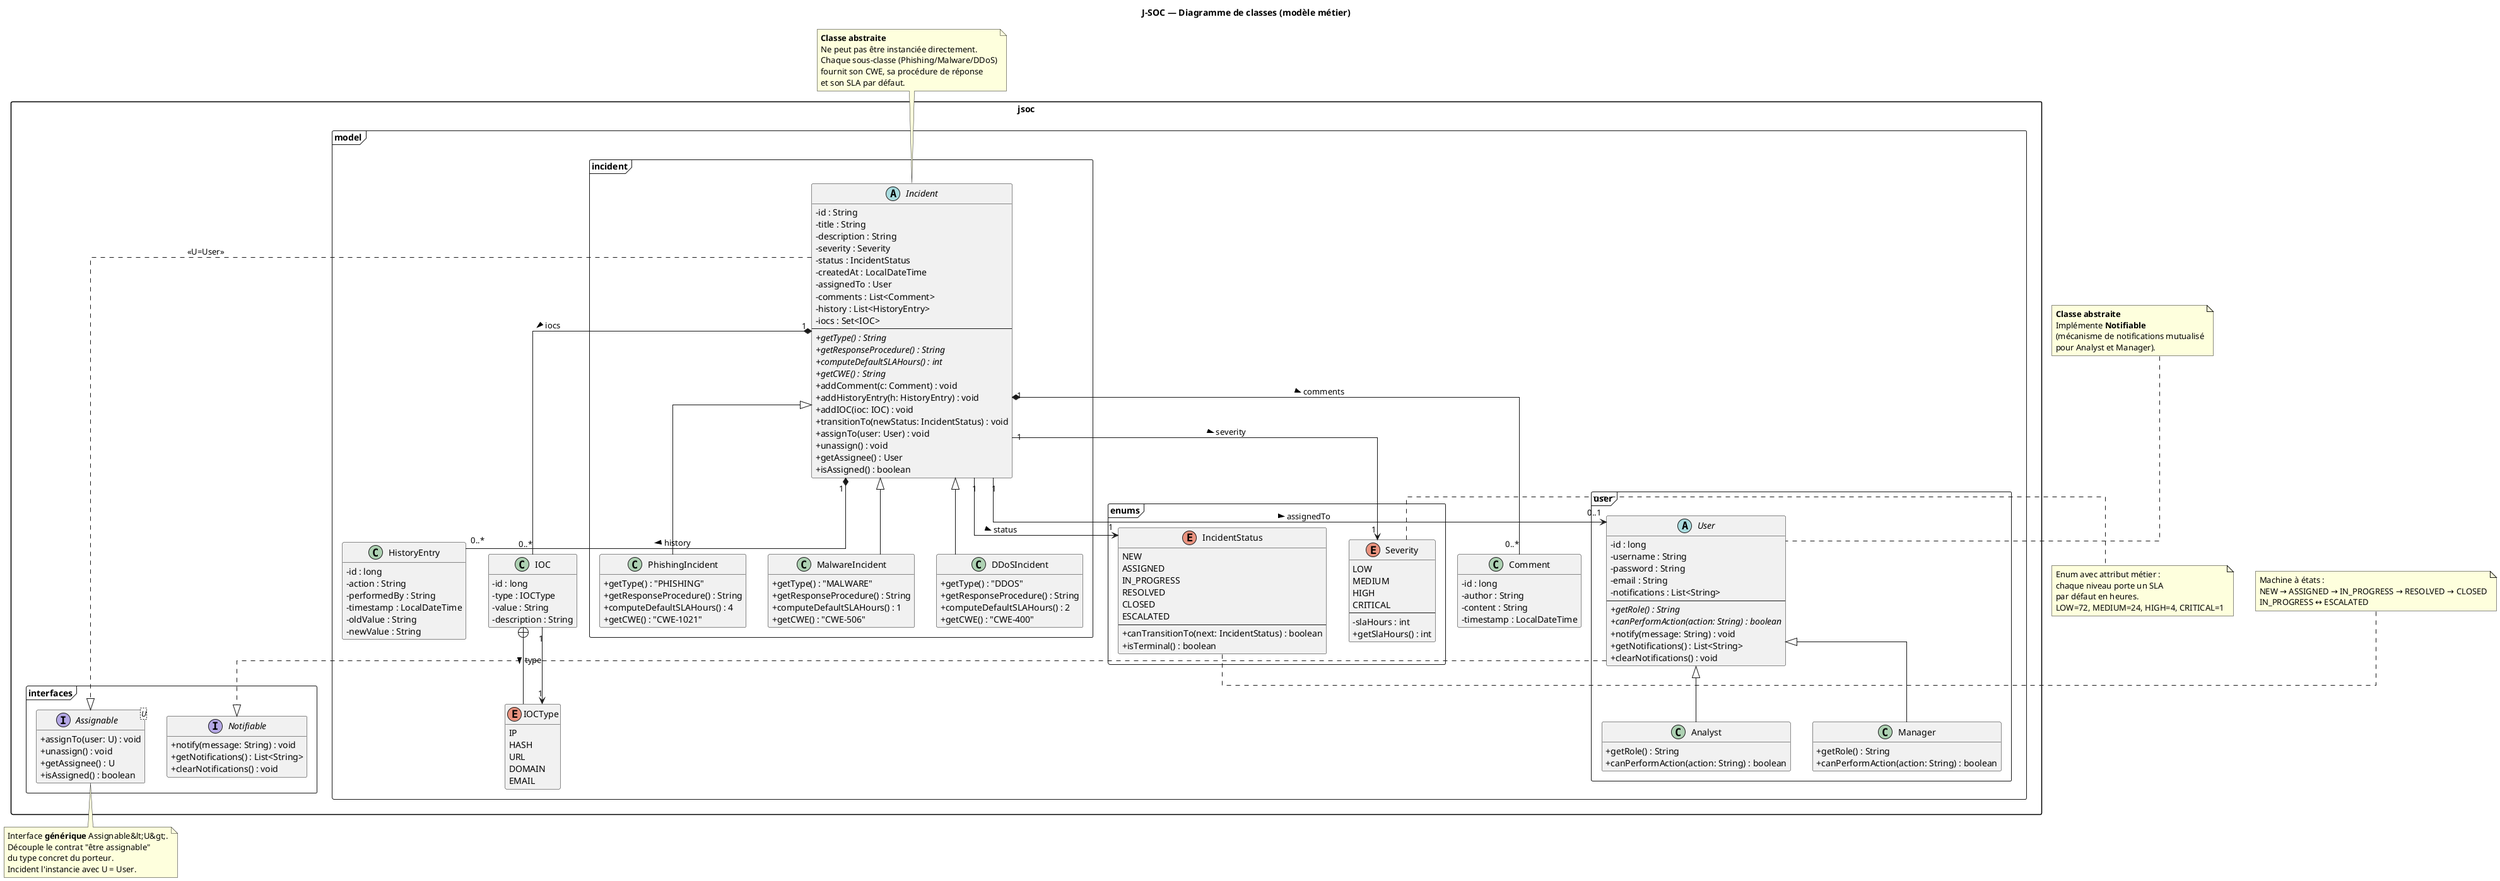
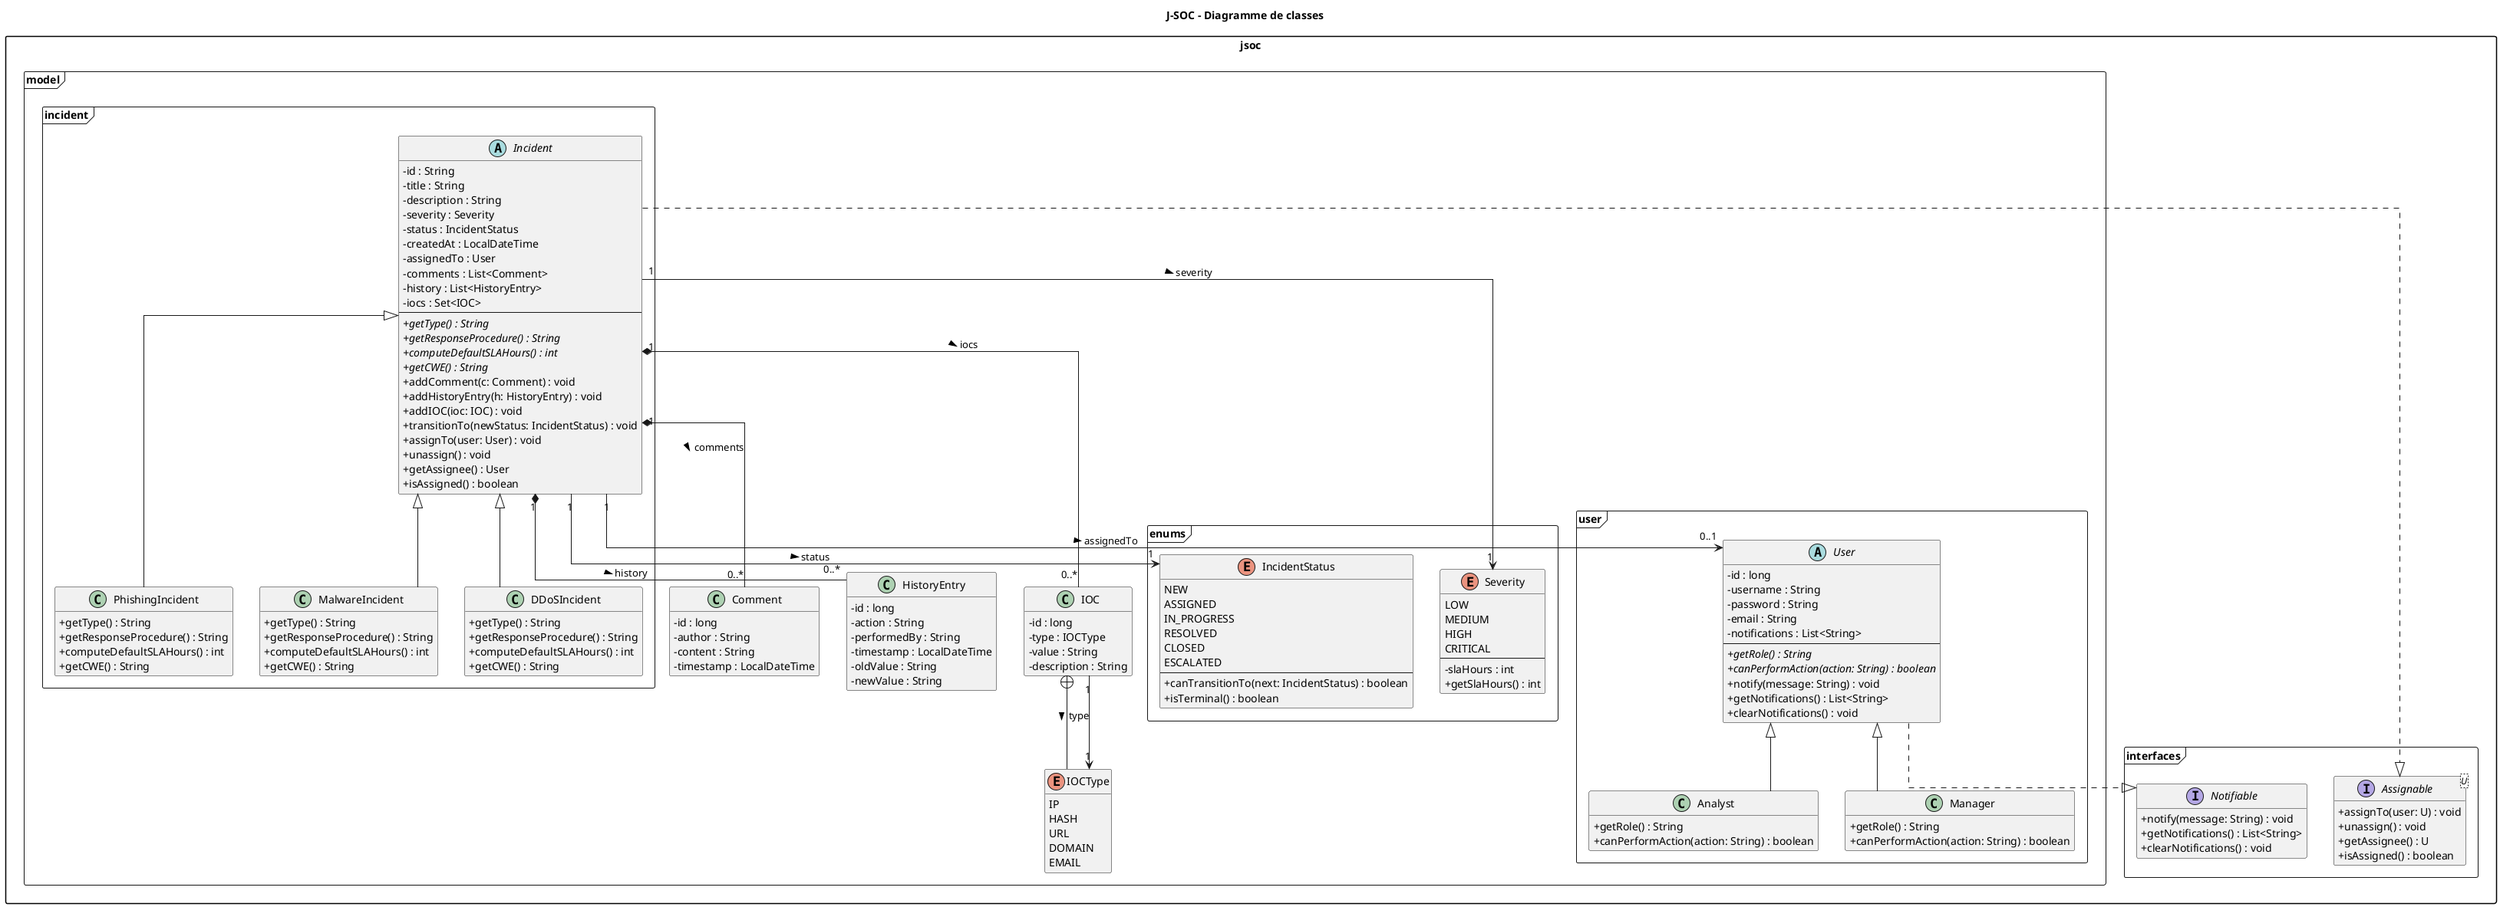
@startuml J-SOC

- ' ================================================================
- '  Diagramme de classes — projet J-SOC (Java SOC)
- '  Auteur : Membre 1 (Architecte)
- '  Périmètre : modèle métier (jsoc.model.*) + interfaces (jsoc.interfaces.*)
- '  Les packages exception/repository/service/cli sont délibérément
- '  absents — ils relèvent des autres membres (M2/M3/M4).
- ' ================================================================
- 
- ' --- Configuration visuelle ---
skinparam classAttributeIconSize 0
skinparam packageStyle rectangle
skinparam linetype ortho
hide empty members

- title J-SOC — Diagramme de classes (modèle métier)
+ title J-SOC - Diagramme de classes

- ' ================================================================
- '  Package : jsoc.interfaces
- ' ================================================================
package "jsoc.interfaces" <<Frame>> {

    interface "Assignable<U>" as Assignable {
        + assignTo(user: U) : void
        + unassign() : void
        + getAssignee() : U
        + isAssigned() : boolean
    }

    interface Notifiable {
        + notify(message: String) : void
        + getNotifications() : List<String>
        + clearNotifications() : void
    }
}

- ' ================================================================
- '  Package : jsoc.model.enums
- ' ================================================================
package "jsoc.model.enums" <<Frame>> {

    enum Severity {
        LOW
        MEDIUM
        HIGH
        CRITICAL
        --
        - slaHours : int
        + getSlaHours() : int
    }

    enum IncidentStatus {
        NEW
        ASSIGNED
        IN_PROGRESS
        RESOLVED
        CLOSED
        ESCALATED
        --
        + canTransitionTo(next: IncidentStatus) : boolean
        + isTerminal() : boolean
    }
}

- ' ================================================================
- '  Package : jsoc.model (classes auxiliaires)
- ' ================================================================
package "jsoc.model" <<Frame>> {

    class Comment {
        - id : long
        - author : String
        - content : String
        - timestamp : LocalDateTime
    }

    class HistoryEntry {
        - id : long
        - action : String
        - performedBy : String
        - timestamp : LocalDateTime
        - oldValue : String
        - newValue : String
    }

    class IOC {
        - id : long
        - type : IOCType
        - value : String
        - description : String
    }

    enum IOCType {
        IP
        HASH
        URL
        DOMAIN
        EMAIL
    }

-     ' IOCType est un enum *imbriqué* dans IOC en Java.
    IOC +-- IOCType
}

- ' ================================================================
- '  Package : jsoc.model.user
- ' ================================================================
package "jsoc.model.user" <<Frame>> {

    abstract class User {
        - id : long
        - username : String
        - password : String
        - email : String
        - notifications : List<String>
        --
        + {abstract} getRole() : String
        + {abstract} canPerformAction(action: String) : boolean
        + notify(message: String) : void
        + getNotifications() : List<String>
        + clearNotifications() : void
    }

    class Analyst {
        + getRole() : String
        + canPerformAction(action: String) : boolean
    }

    class Manager {
        + getRole() : String
        + canPerformAction(action: String) : boolean
    }

    User <|-- Analyst
    User <|-- Manager
}

- ' ================================================================
- '  Package : jsoc.model.incident
- ' ================================================================
package "jsoc.model.incident" <<Frame>> {

    abstract class Incident {
        - id : String
        - title : String
        - description : String
        - severity : Severity
        - status : IncidentStatus
        - createdAt : LocalDateTime
        - assignedTo : User
        - comments : List<Comment>
        - history : List<HistoryEntry>
        - iocs : Set<IOC>
        --
        + {abstract} getType() : String
        + {abstract} getResponseProcedure() : String
        + {abstract} computeDefaultSLAHours() : int
        + {abstract} getCWE() : String
        + addComment(c: Comment) : void
        + addHistoryEntry(h: HistoryEntry) : void
        + addIOC(ioc: IOC) : void
        + transitionTo(newStatus: IncidentStatus) : void
        + assignTo(user: User) : void
        + unassign() : void
        + getAssignee() : User
        + isAssigned() : boolean
    }

    class PhishingIncident {
-         + getType() : "PHISHING"
+         + getType() : String
        + getResponseProcedure() : String
-         + computeDefaultSLAHours() : 4
-         + getCWE() : "CWE-1021"
+         + computeDefaultSLAHours() : int
+         + getCWE() : String
    }

    class MalwareIncident {
-         + getType() : "MALWARE"
+         + getType() : String
        + getResponseProcedure() : String
-         + computeDefaultSLAHours() : 1
-         + getCWE() : "CWE-506"
+         + computeDefaultSLAHours() : int
+         + getCWE() : String
    }

    class DDoSIncident {
-         + getType() : "DDOS"
+         + getType() : String
        + getResponseProcedure() : String
-         + computeDefaultSLAHours() : 2
-         + getCWE() : "CWE-400"
+         + computeDefaultSLAHours() : int
+         + getCWE() : String
    }

    Incident <|-- PhishingIncident
    Incident <|-- MalwareIncident
    Incident <|-- DDoSIncident
}

- ' ================================================================
- '  Implémentations d'interfaces
- ' ================================================================
+ User      ..|> Notifiable
+ Incident  ..|> Assignable

- User      ..|> Notifiable
- Incident  ..|> Assignable : <<U=User>>
- 
- ' ================================================================
- '  Associations / compositions
- ' ================================================================
- 
- ' --- Incident possède ses commentaires, son historique, ses IOCs (composition)
Incident "1" *-- "0..*" Comment        : > comments
Incident "1" *-- "0..*" HistoryEntry   : > history
Incident "1" *-- "0..*" IOC            : > iocs

- ' --- Incident référence (sans posséder) sa sévérité et son statut
Incident "1" --> "1"   Severity        : > severity
Incident "1" --> "1"   IncidentStatus  : > status
- 
- ' --- Incident référence éventuellement un porteur (User)
Incident "1" --> "0..1" User           : > assignedTo

- ' --- IOC référence son type
IOC      "1" --> "1"   IOCType         : > type

- ' ================================================================
- '  Notes pédagogiques
- ' ================================================================
- 
- note top of Incident
-   <b>Classe abstraite</b>
-   Ne peut pas être instanciée directement.
-   Chaque sous-classe (Phishing/Malware/DDoS)
-   fournit son CWE, sa procédure de réponse
-   et son SLA par défaut.
- end note
- 
- note top of User
-   <b>Classe abstraite</b>
-   Implémente <b>Notifiable</b>
-   (mécanisme de notifications mutualisé
-   pour Analyst et Manager).
- end note
- 
- note right of Severity
-   Enum avec attribut métier :
-   chaque niveau porte un SLA
-   par défaut en heures.
-   LOW=72, MEDIUM=24, HIGH=4, CRITICAL=1
- end note
- 
- note right of IncidentStatus
-   Machine à états :
-   NEW → ASSIGNED → IN_PROGRESS → RESOLVED → CLOSED
-   IN_PROGRESS ↔ ESCALATED
- end note
- 
- note bottom of Assignable
-   Interface <b>générique</b> Assignable&lt;U&gt;.
-   Découple le contrat "être assignable"
-   du type concret du porteur.
-   Incident l'instancie avec U = User.
- end note
- 
@enduml
